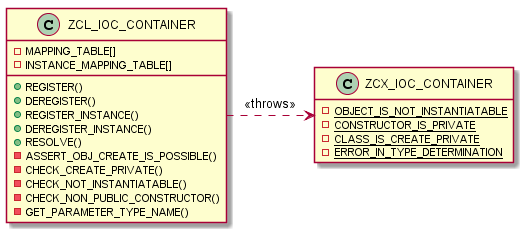
bothzoli/ABAP-IoC-Container keeps this PlantUML diagram as img/zcl_ioc_container.png. Above is the earlier version. Source of this version:
```plantuml
@startuml zcl_ioc_container

hide empty members

class ZCL_IOC_CONTAINER {
	- MAPPING_TABLE[]
	- INSTANCE_MAPPING_TABLE[]
	+ REGISTER()
	+ DEREGISTER()
	+ REGISTER_INSTANCE()
	+ DEREGISTER_INSTANCE()
	+ RESOLVE()
	- ASSERT_OBJ_CREATE_IS_POSSIBLE()
	- CHECK_CREATE_PRIVATE()
	- CHECK_NOT_INSTANTIATABLE()
	- CHECK_NON_PUBLIC_CONSTRUCTOR()
	- GET_PARAMETER_TYPE_NAME()
}

class ZCX_IOC_CONTAINER {
	{static} - OBJECT_IS_NOT_INSTANTIATABLE
	{static} - CONSTRUCTOR_IS_PRIVATE
	{static} - CLASS_IS_CREATE_PRIVATE
	{static} - ERROR_IN_TYPE_DETERMINATION
}

ZCL_IOC_CONTAINER .right.> ZCX_IOC_CONTAINER: <<throws>>

@enduml
```
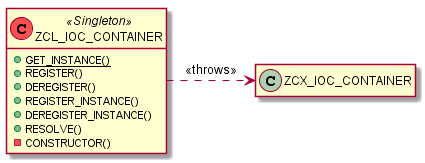
Above is the later version.

Commit message:
Update UML diagrams

Change to the diagram source:
```diff
@@ -2,27 +2,17 @@
 
 hide empty members
 
-class ZCL_IOC_CONTAINER {
-	- MAPPING_TABLE[]
-	- INSTANCE_MAPPING_TABLE[]
+class ZCL_IOC_CONTAINER << (C,#FF5050) Singleton >> {
+	{static} + GET_INSTANCE()
 	+ REGISTER()
 	+ DEREGISTER()
 	+ REGISTER_INSTANCE()
 	+ DEREGISTER_INSTANCE()
 	+ RESOLVE()
-	- ASSERT_OBJ_CREATE_IS_POSSIBLE()
-	- CHECK_CREATE_PRIVATE()
-	- CHECK_NOT_INSTANTIATABLE()
-	- CHECK_NON_PUBLIC_CONSTRUCTOR()
-	- GET_PARAMETER_TYPE_NAME()
+	- CONSTRUCTOR()
 }
 
-class ZCX_IOC_CONTAINER {
-	{static} - OBJECT_IS_NOT_INSTANTIATABLE
-	{static} - CONSTRUCTOR_IS_PRIVATE
-	{static} - CLASS_IS_CREATE_PRIVATE
-	{static} - ERROR_IN_TYPE_DETERMINATION
-}
+class ZCX_IOC_CONTAINER
 
 ZCL_IOC_CONTAINER .right.> ZCX_IOC_CONTAINER: <<throws>>
 
```
